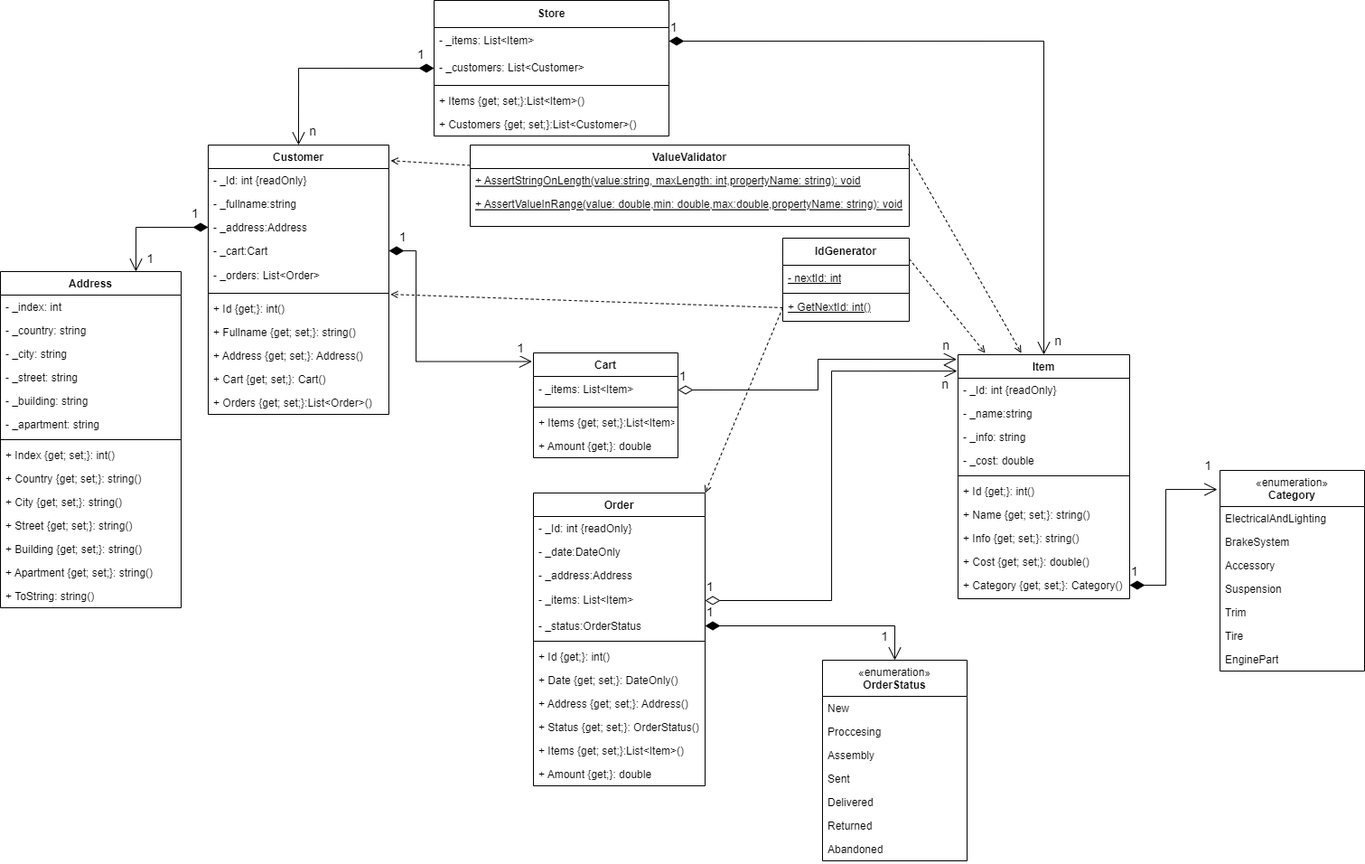
Above: doc/Practics3.png in KorInTor/Programming (draw.io), before the change. Source tidied: cells renumbered, new cells last; positions are measured from the earlier drawing's top-left corner, leaving out a move shared by most shapes.
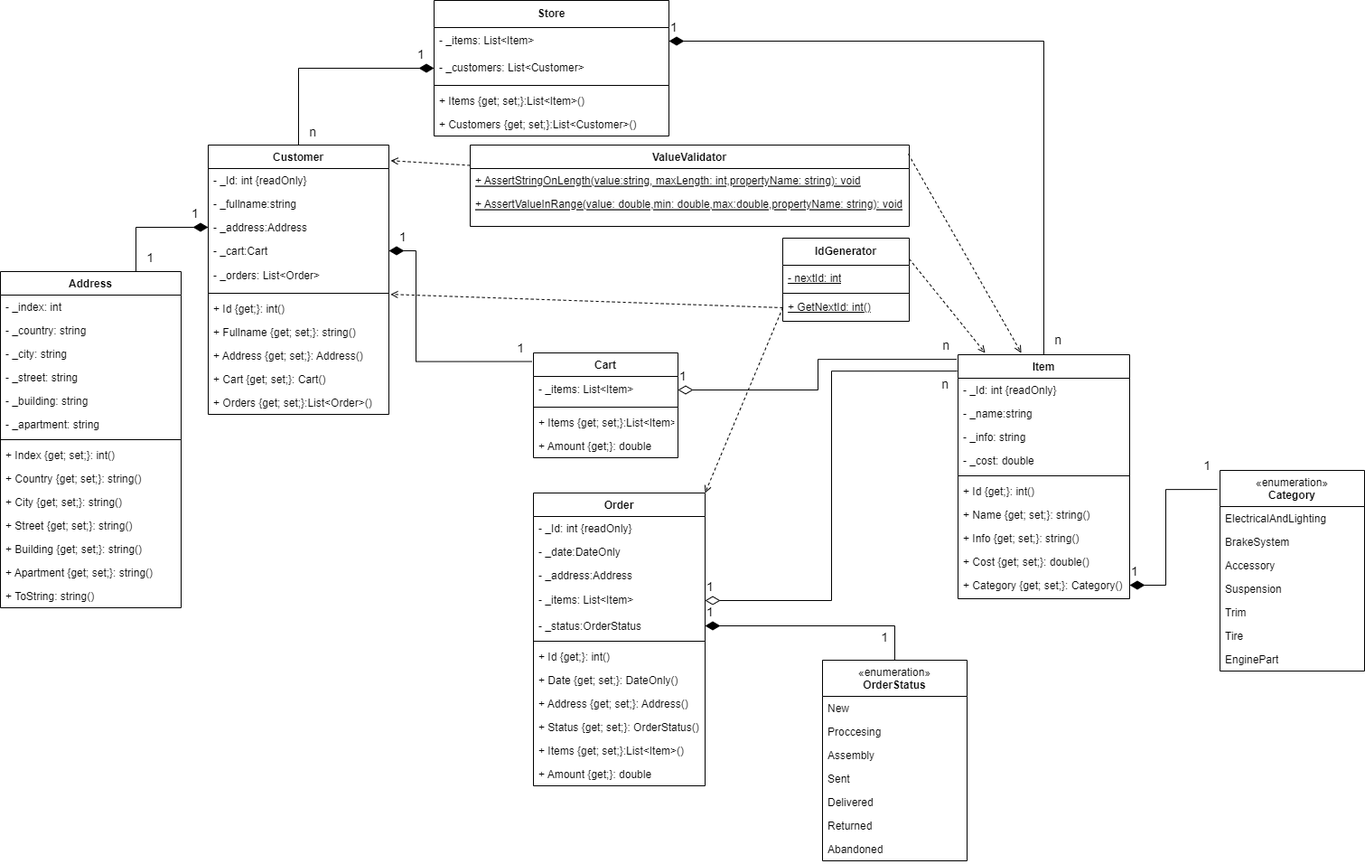
Above is the later version.

Change to the diagram source:
```diff
@@ -126,7 +126,7 @@
     <mxCell id="41" value="+ Customers {get; set;}:List&lt;Customer&gt;()" style="text;align=left;verticalAlign=top;spacingLeft=4;spacingRight=4;overflow=hidden;rounded=0;" parent="36" vertex="1">
       <mxGeometry y="124" width="260" height="26" as="geometry" />
     </mxCell>
-    <mxCell id="42" style="endArrow=open;html=1;endSize=12;startArrow=diamondThin;startSize=14;startFill=1;edgeStyle=orthogonalEdgeStyle;rounded=0;entryX=0.5;entryY=0;entryDx=0;entryDy=0;exitX=1;exitY=0.5;exitDx=0;exitDy=0;" parent="1" edge="1" source="37" target="2">
+    <mxCell id="42" style="endArrow=none;html=1;endSize=12;startArrow=diamondThin;startSize=14;startFill=1;edgeStyle=orthogonalEdgeStyle;rounded=0;entryX=0.5;entryY=0;entryDx=0;entryDy=0;exitX=1;exitY=0.5;exitDx=0;exitDy=0;endFill=0;" parent="1" edge="1" source="37" target="2">
       <mxGeometry relative="1" as="geometry" />
     </mxCell>
     <mxCell id="43" value="1" style="edgeLabel;html=1;align=left;verticalAlign=top;fontSize=14;" parent="42" vertex="1">
@@ -139,7 +139,7 @@
         <mxPoint x="20" y="-30" as="offset" />
       </mxGeometry>
     </mxCell>
-    <mxCell id="45" style="endArrow=open;html=1;endSize=12;startArrow=diamondThin;startSize=14;startFill=1;edgeStyle=orthogonalEdgeStyle;rounded=0;entryX=0.5;entryY=0;entryDx=0;entryDy=0;exitX=0;exitY=0.5;exitDx=0;exitDy=0;" parent="1" edge="1" source="38" target="13">
+    <mxCell id="45" style="endArrow=none;html=1;endSize=12;startArrow=diamondThin;startSize=14;startFill=1;edgeStyle=orthogonalEdgeStyle;rounded=0;entryX=0.5;entryY=0;entryDx=0;entryDy=0;exitX=0;exitY=0.5;exitDx=0;exitDy=0;endFill=0;" parent="1" edge="1" source="38" target="13">
       <mxGeometry relative="1" as="geometry" />
     </mxCell>
     <mxCell id="46" value="1" style="edgeLabel;html=1;align=left;verticalAlign=top;fontSize=14;" parent="45" vertex="1">
@@ -176,7 +176,7 @@
     <mxCell id="55" value="EnginePart" style="text;strokeColor=none;fillColor=none;align=left;verticalAlign=top;spacingLeft=4;spacingRight=4;overflow=hidden;whiteSpace=wrap;html=1;" parent="48" vertex="1">
       <mxGeometry y="196" width="160" height="26" as="geometry" />
     </mxCell>
-    <mxCell id="56" style="endArrow=open;html=1;endSize=12;startArrow=diamondThin;startSize=14;startFill=1;edgeStyle=orthogonalEdgeStyle;rounded=0;entryX=-0.019;entryY=0.095;entryDx=0;entryDy=0;exitX=1;exitY=0.5;exitDx=0;exitDy=0;entryPerimeter=0;" parent="1" edge="1" source="12" target="48">
+    <mxCell id="56" style="endArrow=none;html=1;endSize=12;startArrow=diamondThin;startSize=14;startFill=1;edgeStyle=orthogonalEdgeStyle;rounded=0;entryX=-0.019;entryY=0.095;entryDx=0;entryDy=0;exitX=1;exitY=0.5;exitDx=0;exitDy=0;entryPerimeter=0;endFill=0;" parent="1" edge="1" source="12" target="48">
       <mxGeometry relative="1" as="geometry">
         <Array as="points">
           <mxPoint x="1290" y="647" />
@@ -239,7 +239,7 @@
     <mxCell id="73" value="+ ToString: string()" style="text;align=left;verticalAlign=top;spacingLeft=4;spacingRight=4;overflow=hidden;rounded=0;" parent="59" vertex="1">
       <mxGeometry y="346" width="200" height="26" as="geometry" />
     </mxCell>
-    <mxCell id="74" style="endArrow=open;html=1;endSize=12;startArrow=diamondThin;startSize=14;startFill=1;edgeStyle=orthogonalEdgeStyle;rounded=0;entryX=0.75;entryY=0;entryDx=0;entryDy=0;exitX=0;exitY=0.5;exitDx=0;exitDy=0;" parent="1" edge="1" source="16" target="59">
+    <mxCell id="74" style="endArrow=none;html=1;endSize=12;startArrow=diamondThin;startSize=14;startFill=1;edgeStyle=orthogonalEdgeStyle;rounded=0;entryX=0.75;entryY=0;entryDx=0;entryDy=0;exitX=0;exitY=0.5;exitDx=0;exitDy=0;endFill=0;" parent="1" edge="1" source="16" target="59">
       <mxGeometry relative="1" as="geometry">
         <Array as="points">
           <mxPoint x="150" y="251" />
@@ -271,7 +271,7 @@
     <mxCell id="81" value="+ Amount {get;}: double" style="text;strokeColor=none;fillColor=none;align=left;verticalAlign=top;spacingLeft=4;spacingRight=4;overflow=hidden;whiteSpace=wrap;html=1;" parent="77" vertex="1">
       <mxGeometry y="90" width="160" height="26" as="geometry" />
     </mxCell>
-    <mxCell id="82" style="endArrow=open;html=1;endSize=12;startArrow=diamondThin;startSize=14;startFill=1;edgeStyle=orthogonalEdgeStyle;rounded=0;entryX=-0.01;entryY=0.082;entryDx=0;entryDy=0;exitX=1;exitY=0.5;exitDx=0;exitDy=0;entryPerimeter=0;" parent="1" edge="1" source="17" target="77">
+    <mxCell id="82" style="endArrow=none;html=1;endSize=12;startArrow=diamondThin;startSize=14;startFill=1;edgeStyle=orthogonalEdgeStyle;rounded=0;entryX=-0.01;entryY=0.082;entryDx=0;entryDy=0;exitX=1;exitY=0.5;exitDx=0;exitDy=0;entryPerimeter=0;endFill=0;" parent="1" edge="1" source="17" target="77">
       <mxGeometry relative="1" as="geometry">
         <Array as="points">
           <mxPoint x="460" y="277" />
@@ -355,7 +355,7 @@
     <mxCell id="106" style="endArrow=open;html=1;rounded=0;dashed=1;endFill=0;entryX=1;entryY=0;entryDx=0;entryDy=0;exitX=0;exitY=0.5;exitDx=0;exitDy=0;" parent="1" edge="1" source="31" target="85">
       <mxGeometry relative="1" as="geometry" />
     </mxCell>
-    <mxCell id="107" style="endArrow=open;html=1;endSize=12;startArrow=diamondThin;startSize=14;startFill=0;edgeStyle=orthogonalEdgeStyle;rounded=0;exitX=1;exitY=0.5;exitDx=0;exitDy=0;entryX=-0.005;entryY=0.067;entryDx=0;entryDy=0;entryPerimeter=0;" parent="1" edge="1" source="89" target="2">
+    <mxCell id="107" style="endArrow=none;html=1;endSize=12;startArrow=diamondThin;startSize=14;startFill=0;edgeStyle=orthogonalEdgeStyle;rounded=0;exitX=1;exitY=0.5;exitDx=0;exitDy=0;entryX=-0.005;entryY=0.067;entryDx=0;entryDy=0;entryPerimeter=0;endFill=0;" parent="1" edge="1" source="89" target="2">
       <mxGeometry relative="1" as="geometry" />
     </mxCell>
     <mxCell id="108" value="1" style="edgeLabel;html=1;align=left;verticalAlign=top;fontSize=14;" parent="107" vertex="1">
@@ -368,7 +368,7 @@
         <mxPoint x="-9" as="offset" />
       </mxGeometry>
     </mxCell>
-    <mxCell id="110" style="endArrow=open;html=1;endSize=12;startArrow=diamondThin;startSize=14;startFill=1;edgeStyle=orthogonalEdgeStyle;rounded=0;entryX=0.5;entryY=0;entryDx=0;entryDy=0;exitX=1;exitY=0.5;exitDx=0;exitDy=0;" parent="1" edge="1" source="90" target="98">
+    <mxCell id="110" style="endArrow=none;html=1;endSize=12;startArrow=diamondThin;startSize=14;startFill=1;edgeStyle=orthogonalEdgeStyle;rounded=0;entryX=0.5;entryY=0;entryDx=0;entryDy=0;exitX=1;exitY=0.5;exitDx=0;exitDy=0;endFill=0;" parent="1" edge="1" source="90" target="98">
       <mxGeometry relative="1" as="geometry">
         <Array as="points">
           <mxPoint x="990" y="692" />
@@ -385,7 +385,7 @@
         <mxPoint x="-7" y="-41" as="offset" />
       </mxGeometry>
     </mxCell>
-    <mxCell id="113" style="endArrow=open;html=1;endSize=12;startArrow=diamondThin;startSize=14;startFill=0;edgeStyle=orthogonalEdgeStyle;rounded=0;exitX=1;exitY=0.5;exitDx=0;exitDy=0;entryX=-0.008;entryY=0.019;entryDx=0;entryDy=0;entryPerimeter=0;" parent="1" edge="1" source="78" target="2">
+    <mxCell id="113" style="endArrow=none;html=1;endSize=12;startArrow=diamondThin;startSize=14;startFill=0;edgeStyle=orthogonalEdgeStyle;rounded=0;exitX=1;exitY=0.5;exitDx=0;exitDy=0;entryX=-0.008;entryY=0.019;entryDx=0;entryDy=0;entryPerimeter=0;endFill=0;" parent="1" edge="1" source="78" target="2">
       <mxGeometry relative="1" as="geometry" />
     </mxCell>
     <mxCell id="114" value="1" style="edgeLabel;html=1;align=left;verticalAlign=top;fontSize=14;" parent="113" vertex="1">
```
